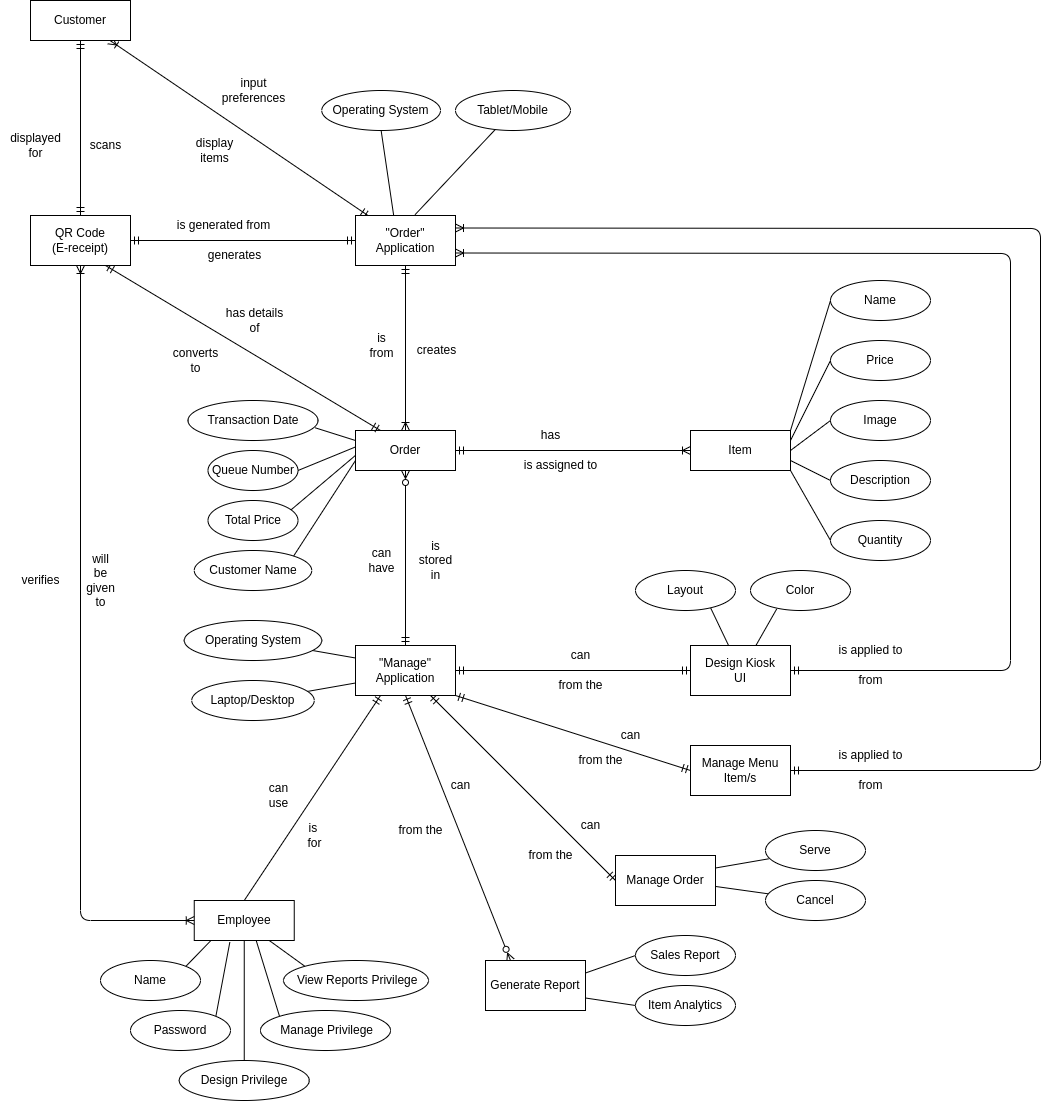
alexxGmZ/MenuMaApp keeps this draw.io diagram as DOCS/Diagrams/Traditional ERD Diagram.png. Above is the earlier version. Source tidied: cells renumbered, new cells last; positions are measured from the earlier drawing's top-left corner, leaving out a move shared by most shapes.
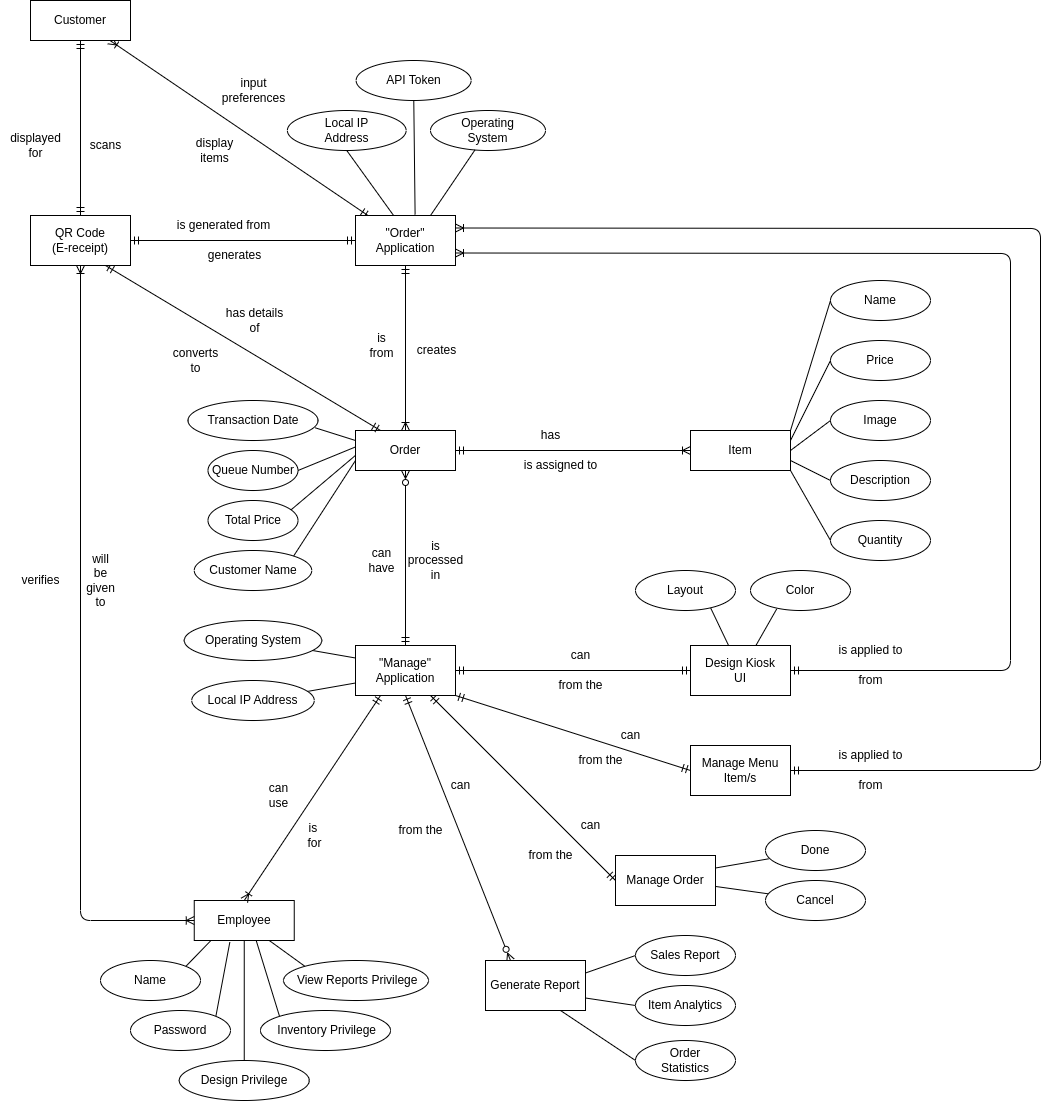
Later version of the same file.

Commit message:
diagram: erd edit

Diff of the diagram source:
```diff
@@ -50,7 +50,7 @@
     <mxCell id="17" style="edgeStyle=none;rounded=1;html=1;exitX=0;exitY=0;exitDx=0;exitDy=0;entryX=0.62;entryY=1.005;entryDx=0;entryDy=0;entryPerimeter=0;startArrow=none;startFill=0;endArrow=none;endFill=0;" parent="1" edge="1" source="18" target="7">
       <mxGeometry relative="1" as="geometry" />
     </mxCell>
-    <mxCell id="18" value="&amp;nbsp;Manage Privilege" style="ellipse;whiteSpace=wrap;html=1;align=center;" parent="1" vertex="1">
+    <mxCell id="18" value="&amp;nbsp;Inventory Privilege" style="ellipse;whiteSpace=wrap;html=1;align=center;" parent="1" vertex="1">
       <mxGeometry x="260" y="1010" width="130" height="40" as="geometry" />
     </mxCell>
     <mxCell id="19" style="edgeStyle=none;rounded=1;html=1;exitX=0;exitY=0;exitDx=0;exitDy=0;entryX=0.75;entryY=1;entryDx=0;entryDy=0;startArrow=none;startFill=0;endArrow=none;endFill=0;" parent="1" edge="1" source="20" target="7">
@@ -86,7 +86,7 @@
     <mxCell id="29" style="edgeStyle=none;rounded=1;html=1;exitX=0.5;exitY=1;exitDx=0;exitDy=0;entryX=0.25;entryY=0;entryDx=0;entryDy=0;startArrow=ERmandOne;startFill=0;endArrow=ERzeroToMany;endFill=0;" parent="1" edge="1" source="32" target="61">
       <mxGeometry relative="1" as="geometry" />
     </mxCell>
-    <mxCell id="30" style="edgeStyle=none;rounded=1;html=1;exitX=0.25;exitY=1;exitDx=0;exitDy=0;startArrow=ERmandOne;startFill=0;endArrow=none;endFill=0;entryX=0.5;entryY=0;entryDx=0;entryDy=0;" parent="1" edge="1" source="32" target="7">
+    <mxCell id="30" style="edgeStyle=none;rounded=1;html=1;exitX=0.25;exitY=1;exitDx=0;exitDy=0;startArrow=ERmandOne;startFill=0;endArrow=ERoneToMany;endFill=0;entryX=0.5;entryY=0;entryDx=0;entryDy=0;" parent="1" edge="1" source="32" target="7">
       <mxGeometry relative="1" as="geometry" />
     </mxCell>
     <mxCell id="31" style="edgeStyle=none;html=1;exitX=1;exitY=0.5;exitDx=0;exitDy=0;entryX=0;entryY=0.5;entryDx=0;entryDy=0;startArrow=ERmandOne;startFill=0;endArrow=ERmandOne;endFill=0;" parent="1" edge="1" source="32" target="52">
@@ -119,11 +119,11 @@
     <mxCell id="40" value="Customer Name" style="ellipse;whiteSpace=wrap;html=1;align=center;" parent="1" vertex="1">
       <mxGeometry x="193.8" y="550" width="117.5" height="40" as="geometry" />
     </mxCell>
-    <mxCell id="41" value="Operating System" style="ellipse;whiteSpace=wrap;html=1;align=center;" parent="1" vertex="1">
-      <mxGeometry x="321.2" y="90" width="118.8" height="40" as="geometry" />
+    <mxCell id="41" value="Local IP&lt;br&gt;Address" style="ellipse;whiteSpace=wrap;html=1;align=center;" parent="1" vertex="1">
+      <mxGeometry x="286.9" y="110" width="118.8" height="40" as="geometry" />
     </mxCell>
-    <mxCell id="42" value="Tablet/Mobile" style="ellipse;whiteSpace=wrap;html=1;align=center;" parent="1" vertex="1">
-      <mxGeometry x="455" y="90" width="115" height="40" as="geometry" />
+    <mxCell id="42" value="API Token" style="ellipse;whiteSpace=wrap;html=1;align=center;" parent="1" vertex="1">
+      <mxGeometry x="355.6" y="60" width="115" height="40" as="geometry" />
     </mxCell>
     <mxCell id="43" style="endArrow=none;html=1;rounded=0;exitX=0.596;exitY=-0.017;exitDx=0;exitDy=0;exitPerimeter=0;" parent="1" edge="1" source="46" target="42">
       <mxGeometry relative="1" as="geometry" />
@@ -189,10 +189,13 @@
     <mxCell id="60" style="edgeStyle=none;rounded=1;html=1;exitX=1;exitY=0.75;exitDx=0;exitDy=0;entryX=0;entryY=0.5;entryDx=0;entryDy=0;startArrow=none;startFill=0;endArrow=none;endFill=0;" parent="1" edge="1" source="61" target="65">
       <mxGeometry relative="1" as="geometry" />
     </mxCell>
+    <mxCell id="106" style="edgeStyle=none;html=1;exitX=0.75;exitY=1;exitDx=0;exitDy=0;entryX=0;entryY=0.5;entryDx=0;entryDy=0;endArrow=none;endFill=0;" parent="1" edge="1" source="61" target="109">
+      <mxGeometry relative="1" as="geometry" />
+    </mxCell>
     <mxCell id="61" value="Generate Report" style="whiteSpace=wrap;html=1;align=center;" parent="1" vertex="1">
       <mxGeometry x="485" y="960" width="100" height="50" as="geometry" />
     </mxCell>
-    <mxCell id="62" value="Serve" style="ellipse;whiteSpace=wrap;html=1;align=center;" parent="1" vertex="1">
+    <mxCell id="62" value="Done" style="ellipse;whiteSpace=wrap;html=1;align=center;" parent="1" vertex="1">
       <mxGeometry x="765" y="830" width="100" height="40" as="geometry" />
     </mxCell>
     <mxCell id="63" value="Cancel" style="ellipse;whiteSpace=wrap;html=1;align=center;" parent="1" vertex="1">
@@ -213,7 +216,7 @@
     <mxCell id="68" style="edgeStyle=none;rounded=1;html=1;entryX=0;entryY=0.75;entryDx=0;entryDy=0;startArrow=none;startFill=0;endArrow=none;endFill=0;" parent="1" edge="1" source="69" target="32">
       <mxGeometry relative="1" as="geometry" />
     </mxCell>
-    <mxCell id="69" value="Laptop/Desktop" style="ellipse;whiteSpace=wrap;html=1;align=center;" parent="1" vertex="1">
+    <mxCell id="69" value="Local IP Address" style="ellipse;whiteSpace=wrap;html=1;align=center;" parent="1" vertex="1">
       <mxGeometry x="191.2" y="680" width="122.5" height="40" as="geometry" />
     </mxCell>
     <mxCell id="70" style="edgeStyle=none;rounded=1;html=1;exitX=1;exitY=0.5;exitDx=0;exitDy=0;entryX=-0.004;entryY=0.415;entryDx=0;entryDy=0;entryPerimeter=0;startArrow=none;startFill=0;endArrow=none;endFill=0;" parent="1" edge="1" source="71" target="26">
@@ -238,8 +241,8 @@
         </Array>
       </mxGeometry>
     </mxCell>
-    <mxCell id="76" value="is&lt;br&gt;stored&lt;br&gt;in" style="text;html=1;align=center;verticalAlign=middle;strokeColor=none;fillColor=none;" parent="1" vertex="1">
-      <mxGeometry x="405" y="530" width="60" height="60" as="geometry" />
+    <mxCell id="76" value="is&lt;br&gt;processed&lt;br&gt;in" style="text;html=1;align=center;verticalAlign=middle;strokeColor=none;fillColor=none;" parent="1" vertex="1">
+      <mxGeometry x="395" y="530" width="80" height="60" as="geometry" />
     </mxCell>
     <mxCell id="77" value="can&lt;br&gt;have" style="text;html=1;align=center;verticalAlign=middle;strokeColor=none;fillColor=none;" parent="1" vertex="1">
       <mxGeometry x="355.6" y="540" width="50" height="40" as="geometry" />
@@ -328,5 +331,14 @@
     <mxCell id="105" value="from" style="text;html=1;align=center;verticalAlign=middle;strokeColor=none;fillColor=none;" parent="1" vertex="1">
       <mxGeometry x="845" y="770" width="50" height="30" as="geometry" />
     </mxCell>
+    <mxCell id="107" value="Operating&lt;br&gt;System" style="ellipse;whiteSpace=wrap;html=1;align=center;" parent="1" vertex="1">
+      <mxGeometry x="430" y="110" width="115" height="40" as="geometry" />
+    </mxCell>
+    <mxCell id="108" style="endArrow=none;html=1;rounded=0;exitX=0.75;exitY=0;exitDx=0;exitDy=0;" parent="1" edge="1" source="46" target="107">
+      <mxGeometry relative="1" as="geometry" />
+    </mxCell>
+    <mxCell id="109" value="Order&lt;br&gt;Statistics" style="ellipse;whiteSpace=wrap;html=1;align=center;" parent="1" vertex="1">
+      <mxGeometry x="635" y="1040" width="100" height="40" as="geometry" />
+    </mxCell>
   </root>
 </mxGraphModel>
```
